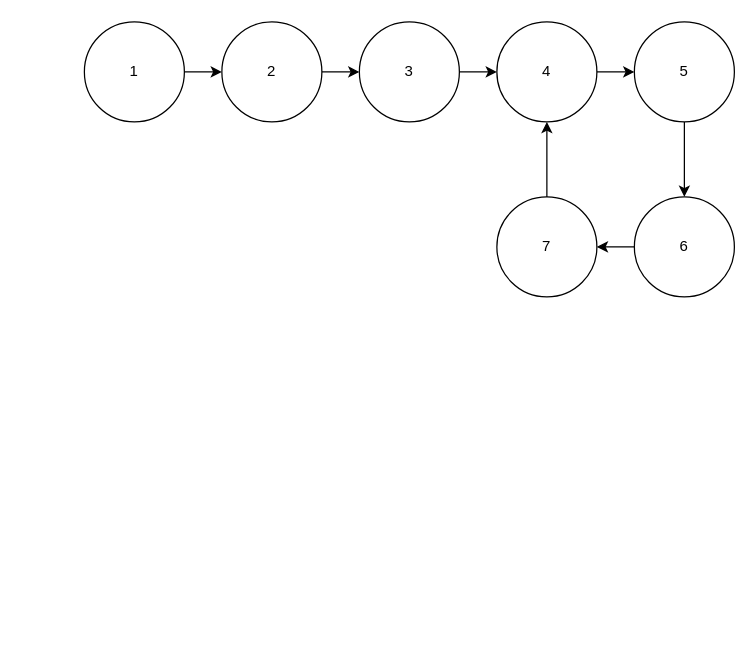
The draw.io diagram LinkListCycle2.drawio in Luffybaga/draw, before the edit. Source tidied: cells renumbered, new cells numbered last; positions are measured from the earlier drawing's top-left corner, leaving out a move shared by most shapes. Both pictures are drawn from the tidied source at 125%, with x=0, y=0 at pixel (84, 21).
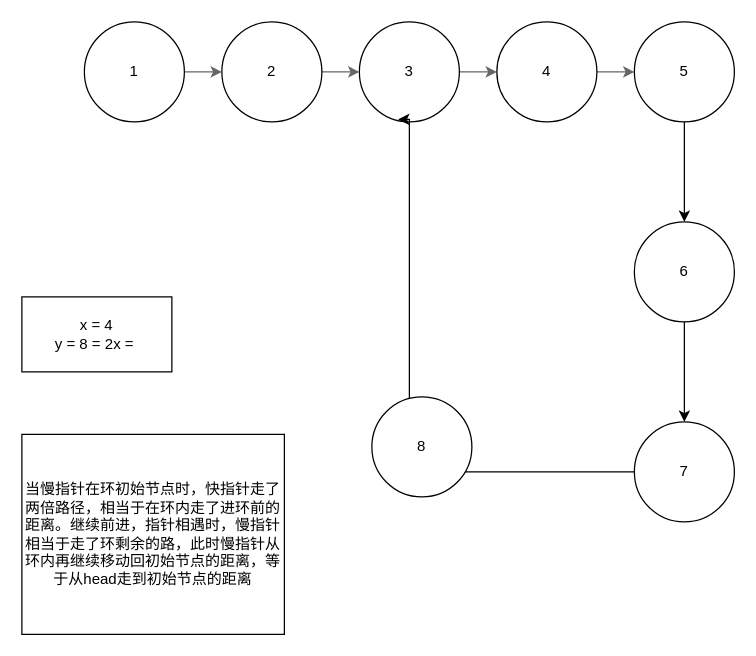
The same page after the edit.

Unchanged cells that the change refers to:
```xml
<mxCell id="3" value="1" style="ellipse;whiteSpace=wrap;html=1;" parent="1" vertex="1">
  <mxGeometry width="80" height="80" as="geometry" />
</mxCell>
<mxCell id="5" value="2" style="ellipse;whiteSpace=wrap;html=1;" parent="1" vertex="1">
  <mxGeometry x="110" width="80" height="80" as="geometry" />
</mxCell>
<mxCell id="7" value="3" style="ellipse;whiteSpace=wrap;html=1;" parent="1" vertex="1">
  <mxGeometry x="220" width="80" height="80" as="geometry" />
</mxCell>
<mxCell id="9" value="4" style="ellipse;whiteSpace=wrap;html=1;" parent="1" vertex="1">
  <mxGeometry x="330" width="80" height="80" as="geometry" />
</mxCell>
<mxCell id="11" value="5" style="ellipse;whiteSpace=wrap;html=1;" parent="1" vertex="1">
  <mxGeometry x="440" width="80" height="80" as="geometry" />
</mxCell>
```

Change to the diagram source:
```diff
@@
-    <mxCell id="2" style="edgeStyle=orthogonalEdgeStyle;rounded=0;jettySize=auto;html=1;" parent="1" edge="1" source="3" target="5">
+    <mxCell id="2" style="edgeStyle=orthogonalEdgeStyle;rounded=0;jettySize=auto;html=1;fillColor=#f5f5f5;strokeColor=#666666;" parent="1" edge="1" source="3" target="5">
       <mxGeometry relative="1" as="geometry" />
     </mxCell>
@@
-    <mxCell id="4" style="edgeStyle=orthogonalEdgeStyle;rounded=0;jettySize=auto;html=1;" parent="1" edge="1" source="5" target="7">
+    <mxCell id="4" style="edgeStyle=orthogonalEdgeStyle;rounded=0;jettySize=auto;html=1;fillColor=#f5f5f5;strokeColor=#666666;" parent="1" edge="1" source="5" target="7">
       <mxGeometry relative="1" as="geometry" />
     </mxCell>
@@
-    <mxCell id="6" style="edgeStyle=orthogonalEdgeStyle;rounded=0;jettySize=auto;html=1;" parent="1" edge="1" source="7" target="9">
+    <mxCell id="6" style="edgeStyle=orthogonalEdgeStyle;rounded=0;jettySize=auto;html=1;fillColor=#f5f5f5;strokeColor=#666666;" parent="1" edge="1" source="7" target="9">
       <mxGeometry relative="1" as="geometry" />
     </mxCell>
@@
-    <mxCell id="8" style="edgeStyle=orthogonalEdgeStyle;rounded=0;jettySize=auto;html=1;" parent="1" edge="1" source="9" target="11">
+    <mxCell id="8" style="edgeStyle=orthogonalEdgeStyle;rounded=0;jettySize=auto;html=1;fillColor=#f5f5f5;strokeColor=#666666;" parent="1" edge="1" source="9" target="11">
       <mxGeometry relative="1" as="geometry" />
     </mxCell>
@@
     <mxCell id="13" value="6" style="ellipse;whiteSpace=wrap;html=1;" parent="1" vertex="1">
-      <mxGeometry x="440" y="140" width="80" height="80" as="geometry" />
+      <mxGeometry x="440" y="160" width="80" height="80" as="geometry" />
     </mxCell>
-    <mxCell id="14" style="edgeStyle=orthogonalEdgeStyle;rounded=0;jettySize=auto;html=1;entryX=0.5;entryY=1;entryDx=0;entryDy=0;" parent="1" edge="1" source="15" target="9">
-      <mxGeometry relative="1" as="geometry" />
+    <mxCell id="14" style="edgeStyle=orthogonalEdgeStyle;rounded=0;jettySize=auto;html=1;entryX=0.5;entryY=1;entryDx=0;entryDy=0;" parent="1" edge="1" source="15" target="18">
+      <mxGeometry relative="1" as="geometry">
+        <Array as="points">
+          <mxPoint x="340" y="360" />
+          <mxPoint x="340" y="360" />
+        </Array>
+      </mxGeometry>
     </mxCell>
     <mxCell id="15" value="7" style="ellipse;whiteSpace=wrap;html=1;" parent="1" vertex="1">
-      <mxGeometry x="330" y="140" width="80" height="80" as="geometry" />
+      <mxGeometry x="440" y="320" width="80" height="80" as="geometry" />
     </mxCell>
+    <mxCell id="16" value="x = 4&lt;br&gt;y = 8 = 2x =&amp;nbsp;" style="rounded=0;whiteSpace=wrap;html=1;" parent="1" vertex="1">
+      <mxGeometry x="-50" y="220" width="120" height="60" as="geometry" />
+    </mxCell>
+    <mxCell id="17" style="edgeStyle=orthogonalEdgeStyle;rounded=0;jettySize=auto;html=1;entryX=0.388;entryY=0.975;entryDx=0;entryDy=0;entryPerimeter=0;" parent="1" edge="1" source="18" target="7">
+      <mxGeometry relative="1" as="geometry">
+        <Array as="points">
+          <mxPoint x="260" y="78" />
+        </Array>
+      </mxGeometry>
+    </mxCell>
+    <mxCell id="18" value="8" style="ellipse;whiteSpace=wrap;html=1;" parent="1" vertex="1">
+      <mxGeometry x="230" y="300" width="80" height="80" as="geometry" />
+    </mxCell>
+    <mxCell id="19" value="当慢指针在环初始节点时，快指针走了两倍路径，相当于在环内走了进环前的距离。继续前进，指针相遇时，慢指针相当于走了环剩余的路，此时慢指针从环内再继续移动回初始节点的距离，等于从head走到初始节点的距离" style="rounded=0;whiteSpace=wrap;html=1;" parent="1" vertex="1">
+      <mxGeometry x="-50" y="330" width="210" height="160" as="geometry" />
+    </mxCell>
```
